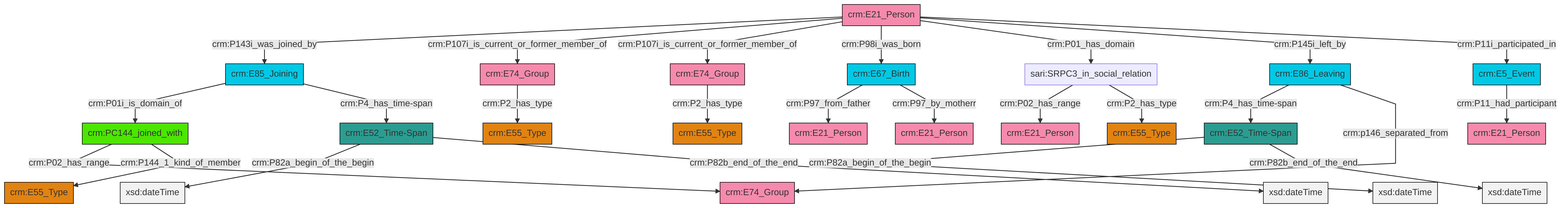
Before: et/personCSV/ttl/mmd/png/Person_Actor_Relations.png, a diagram exported from Mermaid (swiss-art-research-net/reference-data-models). Its source is kept beside it as et/personCSV/ttl/mmd/Person_Actor_Relations.ttl.mmd.
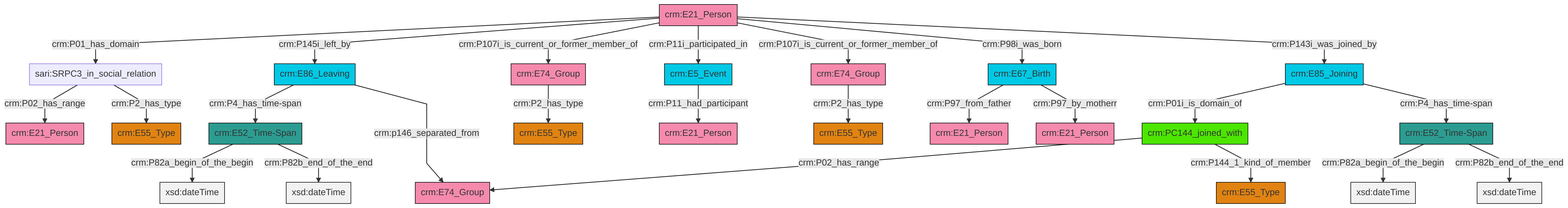
Above is the later version.

Diff of the diagram source:
```diff
@@ -13,27 +13,27 @@
 classDef PC_Classes fill:#4ce600, stroke:#000000;
 classDef Multi fill:#cccccc,stroke:#000000;
 
-2["crm:E21_Person"]:::Actor -->|crm:P143i_was_joined_by| 3["crm:E85_Joining"]:::Temporal_Entity
-2["crm:E21_Person"]:::Actor -->|crm:P107i_is_current_or_former_member_of| 6["crm:E74_Group"]:::Actor
-3["crm:E85_Joining"]:::Temporal_Entity -->|crm:P01i_is_domain_of| 7["crm:PC144_joined_with"]:::PC_Classes
-6["crm:E74_Group"]:::Actor -->|crm:P2_has_type| 10["crm:E55_Type"]:::Type
-0["sari:SRPC3_in_social_relation"]:::Default -->|crm:P02_has_range| 15["crm:E21_Person"]:::Actor
-13["crm:E67_Birth"]:::Temporal_Entity -->|crm:P97_from_father| 21["crm:E21_Person"]:::Actor
-2["crm:E21_Person"]:::Actor -->|crm:P107i_is_current_or_former_member_of| 8["crm:E74_Group"]:::Actor
-11["crm:E52_Time-Span"]:::Time-Span -->|crm:P82a_begin_of_the_begin| 22[xsd:dateTime]:::Literal
-23["crm:E52_Time-Span"]:::Time-Span -->|crm:P82a_begin_of_the_begin| 24[xsd:dateTime]:::Literal
-2["crm:E21_Person"]:::Actor -->|crm:P98i_was_born| 13["crm:E67_Birth"]:::Temporal_Entity
-3["crm:E85_Joining"]:::Temporal_Entity -->|crm:P4_has_time-span| 11["crm:E52_Time-Span"]:::Time-Span
-23["crm:E52_Time-Span"]:::Time-Span -->|crm:P82b_end_of_the_end| 32[xsd:dateTime]:::Literal
-13["crm:E67_Birth"]:::Temporal_Entity -->|crm:P97_by_motherr| 19["crm:E21_Person"]:::Actor
-7["crm:PC144_joined_with"]:::PC_Classes -->|crm:P02_has_range| 4["crm:E74_Group"]:::Actor
-30["crm:E86_Leaving"]:::Temporal_Entity -->|crm:P4_has_time-span| 23["crm:E52_Time-Span"]:::Time-Span
-2["crm:E21_Person"]:::Actor -->|crm:P01_has_domain| 0["sari:SRPC3_in_social_relation"]:::Default
-7["crm:PC144_joined_with"]:::PC_Classes -->|crm:P144_1_kind_of_member| 34["crm:E55_Type"]:::Type
-0["sari:SRPC3_in_social_relation"]:::Default -->|crm:P2_has_type| 28["crm:E55_Type"]:::Type
-8["crm:E74_Group"]:::Actor -->|crm:P2_has_type| 25["crm:E55_Type"]:::Type
-2["crm:E21_Person"]:::Actor -->|crm:P145i_left_by| 30["crm:E86_Leaving"]:::Temporal_Entity
-43["crm:E5_Event"]:::Temporal_Entity -->|crm:P11_had_participant| 16["crm:E21_Person"]:::Actor
-11["crm:E52_Time-Span"]:::Time-Span -->|crm:P82b_end_of_the_end| 45[xsd:dateTime]:::Literal
-2["crm:E21_Person"]:::Actor -->|crm:P11i_participated_in| 43["crm:E5_Event"]:::Temporal_Entity
-30["crm:E86_Leaving"]:::Temporal_Entity -->|crm:p146_separated_from| 4["crm:E74_Group"]:::Actor
+0["crm:E21_Person"]:::Actor -->|crm:P01_has_domain| 1["sari:SRPC3_in_social_relation"]:::Default
+2["crm:E52_Time-Span"]:::Time-Span -->|crm:P82a_begin_of_the_begin| 3[xsd:dateTime]:::Literal
+6["crm:E52_Time-Span"]:::Time-Span -->|crm:P82a_begin_of_the_begin| 7[xsd:dateTime]:::Literal
+8["crm:E74_Group"]:::Actor -->|crm:P2_has_type| 9["crm:E55_Type"]:::Type
+0["crm:E21_Person"]:::Actor -->|crm:P145i_left_by| 10["crm:E86_Leaving"]:::Temporal_Entity
+0["crm:E21_Person"]:::Actor -->|crm:P107i_is_current_or_former_member_of| 8["crm:E74_Group"]:::Actor
+22["crm:E67_Birth"]:::Temporal_Entity -->|crm:P97_from_father| 23["crm:E21_Person"]:::Actor
+0["crm:E21_Person"]:::Actor -->|crm:P11i_participated_in| 26["crm:E5_Event"]:::Temporal_Entity
+0["crm:E21_Person"]:::Actor -->|crm:P107i_is_current_or_former_member_of| 27["crm:E74_Group"]:::Actor
+2["crm:E52_Time-Span"]:::Time-Span -->|crm:P82b_end_of_the_end| 28[xsd:dateTime]:::Literal
+1["sari:SRPC3_in_social_relation"]:::Default -->|crm:P02_has_range| 4["crm:E21_Person"]:::Actor
+0["crm:E21_Person"]:::Actor -->|crm:P98i_was_born| 22["crm:E67_Birth"]:::Temporal_Entity
+31["crm:PC144_joined_with"]:::PC_Classes -->|crm:P02_has_range| 29["crm:E74_Group"]:::Actor
+0["crm:E21_Person"]:::Actor -->|crm:P143i_was_joined_by| 14["crm:E85_Joining"]:::Temporal_Entity
+27["crm:E74_Group"]:::Actor -->|crm:P2_has_type| 33["crm:E55_Type"]:::Type
+14["crm:E85_Joining"]:::Temporal_Entity -->|crm:P01i_is_domain_of| 31["crm:PC144_joined_with"]:::PC_Classes
+31["crm:PC144_joined_with"]:::PC_Classes -->|crm:P144_1_kind_of_member| 16["crm:E55_Type"]:::Type
+22["crm:E67_Birth"]:::Temporal_Entity -->|crm:P97_by_motherr| 34["crm:E21_Person"]:::Actor
+10["crm:E86_Leaving"]:::Temporal_Entity -->|crm:P4_has_time-span| 6["crm:E52_Time-Span"]:::Time-Span
+26["crm:E5_Event"]:::Temporal_Entity -->|crm:P11_had_participant| 12["crm:E21_Person"]:::Actor
+1["sari:SRPC3_in_social_relation"]:::Default -->|crm:P2_has_type| 18["crm:E55_Type"]:::Type
+14["crm:E85_Joining"]:::Temporal_Entity -->|crm:P4_has_time-span| 2["crm:E52_Time-Span"]:::Time-Span
+6["crm:E52_Time-Span"]:::Time-Span -->|crm:P82b_end_of_the_end| 42[xsd:dateTime]:::Literal
+10["crm:E86_Leaving"]:::Temporal_Entity -->|crm:p146_separated_from| 29["crm:E74_Group"]:::Actor
```
